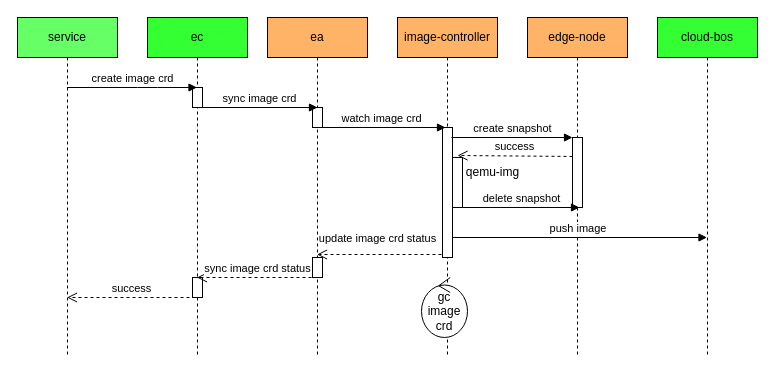
This is image.drawio from ZP-AlwaysWin/diagram, a draw.io file, before an edit. Source tidied: cells renumbered, new cells numbered last; positions are measured from the earlier drawing's top-left corner, leaving out a move shared by most shapes. Both pictures are drawn from the tidied source at 100%, with x=0, y=0 at pixel (17, 17).
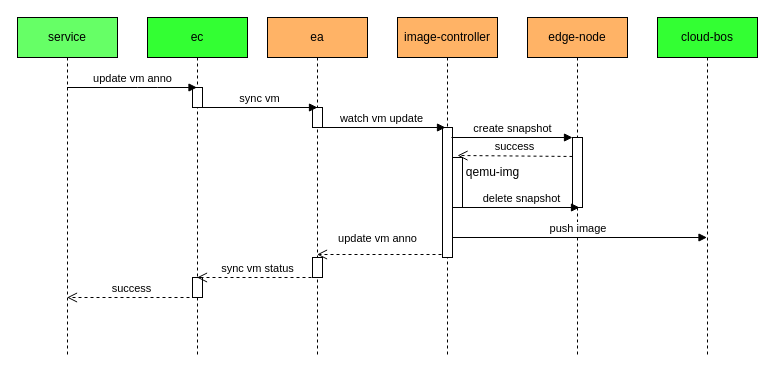
The same page after the edit.

The change refers to these unchanged cells:
```xml
<mxCell id="2" value="service" style="shape=umlLifeline;perimeter=lifelinePerimeter;whiteSpace=wrap;html=1;outlineConnect=0;fillColor=#66FF66;" parent="1" vertex="1">
  <mxGeometry width="100" height="340" as="geometry" />
</mxCell>
<mxCell id="3" value="ec" style="shape=umlLifeline;perimeter=lifelinePerimeter;whiteSpace=wrap;html=1;outlineConnect=0;fillColor=#33FF33;" parent="1" vertex="1">
  <mxGeometry x="130" width="100" height="340" as="geometry" />
</mxCell>
<mxCell id="4" style="html=1;points=[];perimeter=orthogonalPerimeter;" parent="3" vertex="1">
  <mxGeometry x="45" y="70" width="10" height="20" as="geometry" />
</mxCell>
<mxCell id="6" value="ea" style="shape=umlLifeline;perimeter=lifelinePerimeter;whiteSpace=wrap;html=1;outlineConnect=0;fillColor=#FFB366;" parent="1" vertex="1">
  <mxGeometry x="250" width="100" height="340" as="geometry" />
</mxCell>
<mxCell id="8" style="html=1;points=[];perimeter=orthogonalPerimeter;" parent="6" vertex="1">
  <mxGeometry x="45" y="240" width="10" height="20" as="geometry" />
</mxCell>
<mxCell id="9" value="image-controller" style="shape=umlLifeline;perimeter=lifelinePerimeter;whiteSpace=wrap;html=1;fillColor=#FFB366;" parent="1" vertex="1">
  <mxGeometry x="380" width="100" height="340" as="geometry" />
</mxCell>
<mxCell id="10" style="html=1;points=[];perimeter=orthogonalPerimeter;" parent="9" vertex="1">
  <mxGeometry x="45" y="110" width="10" height="130" as="geometry" />
</mxCell>
```

Diff of the diagram source:
```diff
@@
-    <mxCell id="11" value="gc image crd" style="ellipse;shape=umlControl;whiteSpace=wrap;html=1;" parent="9" vertex="1">
-      <mxGeometry x="24" y="260" width="46" height="60" as="geometry" />
-    </mxCell>
@@
-    <mxCell id="15" value="create image crd" style="html=1;verticalAlign=bottom;endArrow=block;" parent="1" edge="1" source="2" target="3">
+    <mxCell id="15" value="update vm anno" style="html=1;verticalAlign=bottom;endArrow=block;" parent="1" edge="1" source="2" target="3">
       <mxGeometry relative="1" as="geometry">
         <Array as="points">
           <mxPoint x="130" y="70" />
         </Array>
       </mxGeometry>
     </mxCell>
-    <mxCell id="16" value="sync image crd" style="html=1;verticalAlign=bottom;endArrow=block;exitX=0.8;exitY=1;exitDx=0;exitDy=0;exitPerimeter=0;" parent="1" edge="1" source="4">
+    <mxCell id="16" value="sync vm" style="html=1;verticalAlign=bottom;endArrow=block;exitX=0.8;exitY=1;exitDx=0;exitDy=0;exitPerimeter=0;" parent="1" edge="1" source="4">
       <mxGeometry relative="1" as="geometry">
         <mxPoint x="300" y="90" as="targetPoint" />
-        <Array as="points">
-          <mxPoint x="250.5" y="90" />
-        </Array>
       </mxGeometry>
     </mxCell>
-    <mxCell id="17" value="watch image crd" style="html=1;verticalAlign=bottom;endArrow=block;exitX=0.8;exitY=1;exitDx=0;exitDy=0;exitPerimeter=0;entryX=0.3;entryY=0;entryDx=0;entryDy=0;entryPerimeter=0;" parent="1" edge="1" target="10">
+    <mxCell id="17" value="watch vm update" style="html=1;verticalAlign=bottom;endArrow=block;exitX=0.8;exitY=1;exitDx=0;exitDy=0;exitPerimeter=0;entryX=0.3;entryY=0;entryDx=0;entryDy=0;entryPerimeter=0;" parent="1" edge="1" target="10">
       <mxGeometry relative="1" as="geometry">
         <mxPoint x="300" y="110" as="sourcePoint" />
         <Array as="points">
           <mxPoint x="367.5" y="110" />
         </Array>
       </mxGeometry>
     </mxCell>
@@
-    <mxCell id="19" value="update image crd status" style="html=1;verticalAlign=bottom;endArrow=open;dashed=1;endSize=8;exitX=-0.1;exitY=0.977;exitDx=0;exitDy=0;exitPerimeter=0;" parent="1" edge="1" source="10" target="6">
+    <mxCell id="19" value="update vm anno" style="html=1;verticalAlign=bottom;endArrow=open;dashed=1;endSize=8;exitX=-0.1;exitY=0.977;exitDx=0;exitDy=0;exitPerimeter=0;" parent="1" edge="1" source="10" target="6">
       <mxGeometry x="0.03" y="-7" relative="1" as="geometry" />
     </mxCell>
-    <mxCell id="20" value="&lt;font style=&quot;font-size: 11px&quot;&gt;sync image crd status&lt;/font&gt;" style="html=1;verticalAlign=bottom;endArrow=open;dashed=1;endSize=8;exitX=0.5;exitY=1;exitDx=0;exitDy=0;exitPerimeter=0;" parent="1" edge="1" source="8" target="3">
+    <mxCell id="20" value="&lt;font style=&quot;font-size: 11px&quot;&gt;sync vm status&lt;/font&gt;" style="html=1;verticalAlign=bottom;endArrow=open;dashed=1;endSize=8;exitX=0.5;exitY=1;exitDx=0;exitDy=0;exitPerimeter=0;" parent="1" edge="1" source="8" target="3">
       <mxGeometry relative="1" as="geometry" />
     </mxCell>
```
